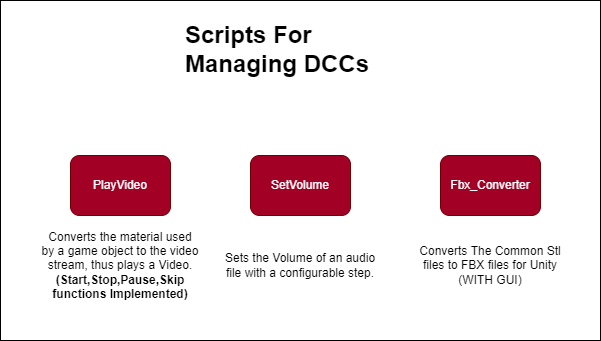
Earlier version of the draw.io export sample.png (Gear-dev-sudo/My-Unity-VR-Integration-Modules-). Source tidied: cells renumbered, new cells last; positions are measured from the earlier drawing's top-left corner, leaving out a move shared by most shapes.
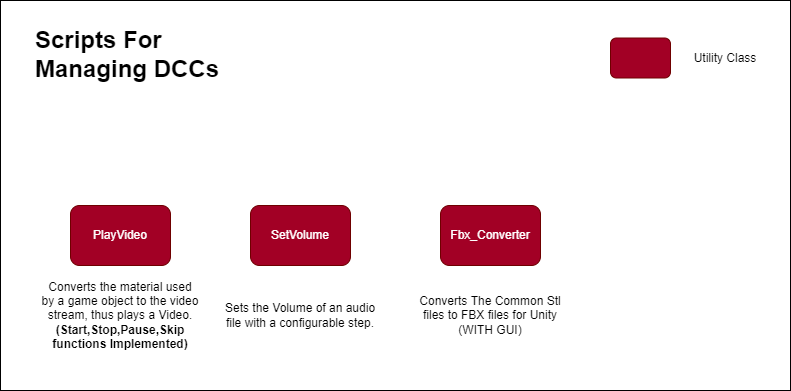
Above is the later version.

The edit, as a diff of the source:
```diff
@@ -27,10 +27,10 @@
       <mxGeometry x="410" y="240" width="160" height="50" as="geometry" />
     </mxCell>
     <mxCell id="10" style="rounded=0;whiteSpace=wrap;html=1;glass=0;fillStyle=solid;strokeColor=default;fillColor=default;gradientColor=none;gradientDirection=north;" parent="1" vertex="1">
-      <mxGeometry width="600" height="340" as="geometry" />
+      <mxGeometry y="-50" width="790" height="390" as="geometry" />
     </mxCell>
     <mxCell id="11" value="&lt;h1&gt;Scripts For Managing DCCs&lt;/h1&gt;" style="text;html=1;strokeColor=none;fillColor=none;spacing=5;spacingTop=-20;whiteSpace=wrap;overflow=hidden;rounded=0;glass=0;fillStyle=solid;" parent="1" vertex="1">
-      <mxGeometry x="180" y="15" width="240" height="75" as="geometry" />
+      <mxGeometry x="30" y="-30" width="240" height="75" as="geometry" />
     </mxCell>
     <mxCell id="12" value="PlayVideo" style="rounded=1;whiteSpace=wrap;html=1;glass=0;fillStyle=solid;strokeColor=#6F0000;fillColor=#a20025;gradientDirection=north;fontColor=#ffffff;" parent="1" vertex="1">
       <mxGeometry x="70" y="155" width="100" height="60" as="geometry" />
@@ -50,5 +50,11 @@
     <mxCell id="17" value="Converts The Common Stl files to FBX files for Unity&lt;br&gt;(WITH GUI)" style="text;html=1;strokeColor=none;fillColor=none;align=center;verticalAlign=middle;whiteSpace=wrap;rounded=0;" parent="1" vertex="1">
       <mxGeometry x="410" y="240" width="160" height="50" as="geometry" />
     </mxCell>
+    <mxCell id="18" style="rounded=1;whiteSpace=wrap;html=1;fillColor=#a20025;fontColor=#ffffff;strokeColor=#6F0000;" parent="1" vertex="1">
+      <mxGeometry x="610" y="-12.5" width="60" height="40" as="geometry" />
+    </mxCell>
+    <mxCell id="19" value="Utility Class" style="text;html=1;strokeColor=none;fillColor=none;align=center;verticalAlign=middle;whiteSpace=wrap;rounded=0;" parent="1" vertex="1">
+      <mxGeometry x="680" y="-7.5" width="90" height="30" as="geometry" />
+    </mxCell>
   </root>
 </mxGraphModel>
```
